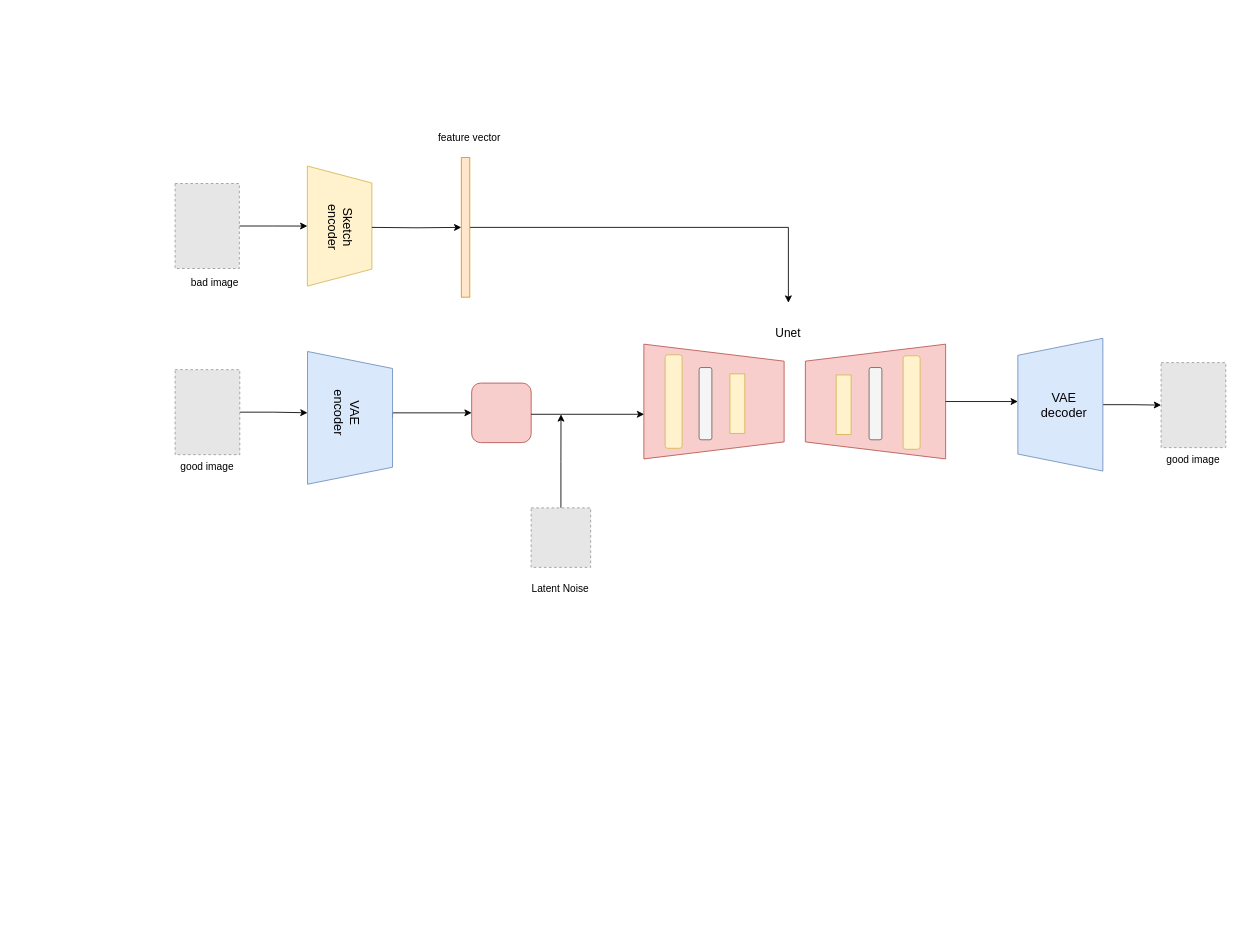
Earlier version of the draw.io diagram drawio/未命名绘图 的副本.drawio (Sinon0919/SwartArt). Source tidied: cells renumbered, new cells numbered last; positions are measured from the earlier drawing's top-left corner, leaving out a move shared by most shapes. Both pictures are drawn from the tidied source at 85%, with x=0, y=0 at pixel (167, 108). Pictures stored in the file or linked from it are replaced by grey dashed boxes.
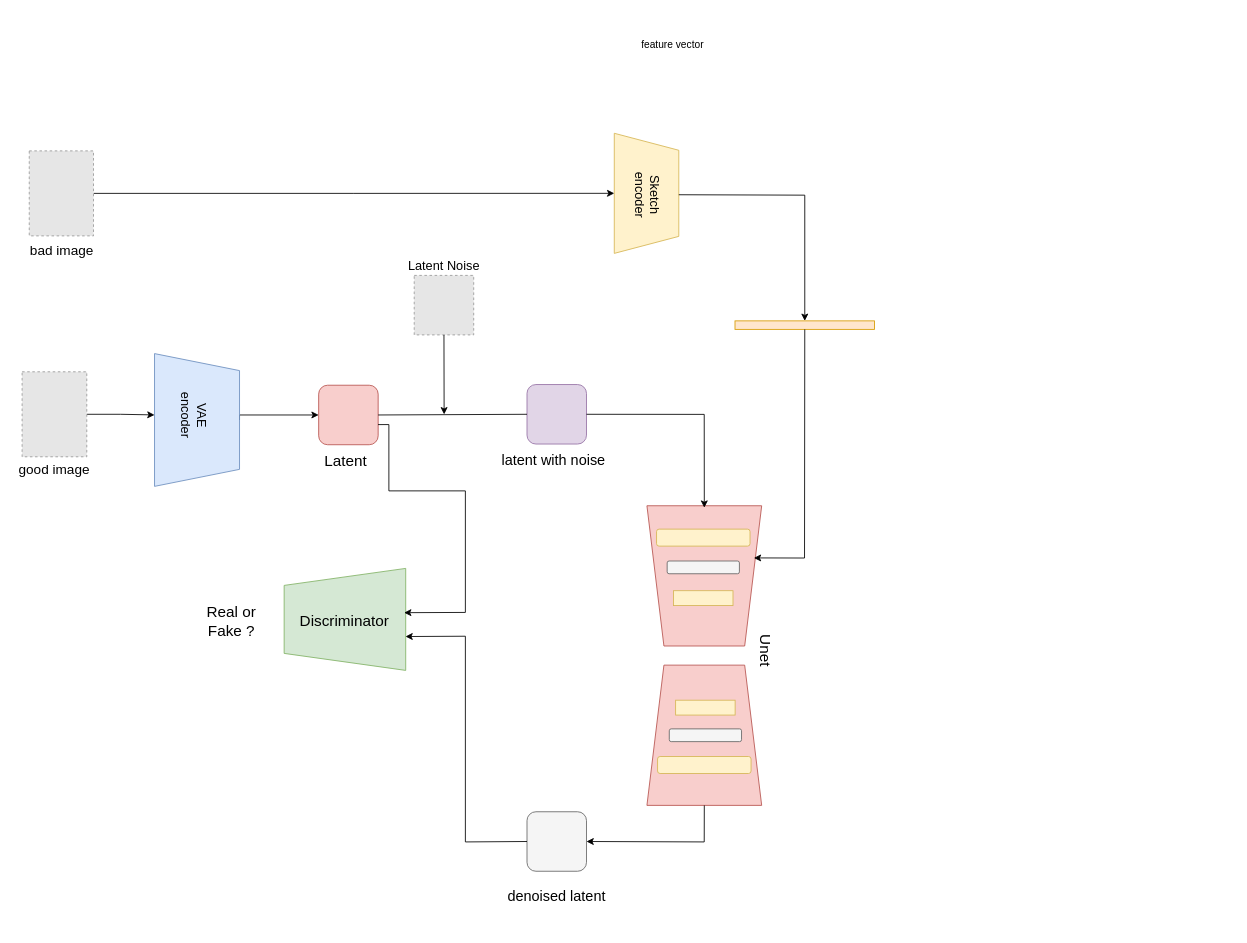
Above is the later version.

Commit message:
更新未命名绘图 的副本.drawio

Diff of the diagram source:
```diff
@@
-    <mxCell id="2" style="shape=trapezoid;perimeter=trapezoidPerimeter;whiteSpace=wrap;html=1;fixedSize=1;rotation=90;fillColor=#f8cecc;strokeColor=#b85450;" parent="1" vertex="1">
-      <mxGeometry x="575" y="262.4" width="135" height="165" as="geometry" />
+    <mxCell id="2" style="shape=trapezoid;perimeter=trapezoidPerimeter;whiteSpace=wrap;html=1;fixedSize=1;rotation=90;fillColor=#f8cecc;strokeColor=#b85450;direction=south;" parent="1" vertex="1">
+      <mxGeometry x="548.6" y="482.5" width="165" height="135" as="geometry" />
     </mxCell>
@@
     <mxCell id="4" style="fillColor=#E6E6E6;strokeColor=#999999;dashed=1;verticalLabelPosition=bottom;labelBackgroundColor=default;verticalAlign=top;" parent="1" vertex="1">
-      <mxGeometry x="8.5" y="307.4" width="76.1" height="100" as="geometry" />
+      <mxGeometry x="-171.5" y="309.9" width="76.1" height="100" as="geometry" />
     </mxCell>
     <mxCell id="5" style="shape=trapezoid;perimeter=trapezoidPerimeter;whiteSpace=wrap;html=1;fixedSize=1;rotation=90;fillColor=#fff2cc;strokeColor=#d6b656;" parent="1" vertex="1">
-      <mxGeometry x="131.4" y="100.5" width="141.3" height="75.9" as="geometry" />
+      <mxGeometry x="492.5" y="62" width="141.3" height="75.9" as="geometry" />
     </mxCell>
-    <mxCell id="6" style="edgeStyle=orthogonalEdgeStyle;rounded=0;jettySize=auto;html=1;exitX=0.5;exitY=0;exitDx=0;exitDy=0;" parent="1" edge="1" source="7">
-      <mxGeometry relative="1" as="geometry">
-        <mxPoint x="462.5" y="360" as="targetPoint" />
-      </mxGeometry>
-    </mxCell>
     <mxCell id="7" style="fillColor=#E6E6E6;strokeColor=#999999;dashed=1;verticalLabelPosition=bottom;labelBackgroundColor=default;verticalAlign=top;" parent="1" vertex="1">
-      <mxGeometry x="427.4" y="470" width="70" height="70" as="geometry" />
+      <mxGeometry x="289.8" y="196.5" width="70" height="70" as="geometry" />
     </mxCell>
-    <mxCell id="8" style="rounded=1;whiteSpace=wrap;html=1;rotation=90;fillColor=#fff2cc;strokeColor=#d6b656;" parent="1" vertex="1">
-      <mxGeometry x="540" y="334.9" width="110" height="20" as="geometry" />
+    <mxCell id="8" style="rounded=1;whiteSpace=wrap;html=1;rotation=90;fillColor=#fff2cc;strokeColor=#d6b656;direction=south;" parent="1" vertex="1">
+      <mxGeometry x="619.9" y="450" width="20" height="110" as="geometry" />
     </mxCell>
-    <mxCell id="9" style="rounded=1;whiteSpace=wrap;html=1;rotation=90;fillColor=#f5f5f5;fontColor=#333333;strokeColor=#666666;" parent="1" vertex="1">
-      <mxGeometry x="590" y="339.9" width="85" height="15" as="geometry" />
+    <mxCell id="9" style="rounded=1;whiteSpace=wrap;html=1;rotation=90;fillColor=#f5f5f5;fontColor=#333333;strokeColor=#666666;direction=south;" parent="1" vertex="1">
+      <mxGeometry x="622.4" y="497.5" width="15" height="85" as="geometry" />
     </mxCell>
-    <mxCell id="10" style="rounded=0;whiteSpace=wrap;html=1;rotation=90;fillColor=#fff2cc;strokeColor=#d6b656;" parent="1" vertex="1">
-      <mxGeometry x="635" y="338.6" width="70" height="17.5" as="geometry" />
+    <mxCell id="10" style="rounded=0;whiteSpace=wrap;html=1;rotation=90;fillColor=#fff2cc;strokeColor=#d6b656;direction=south;" parent="1" vertex="1">
+      <mxGeometry x="621.1" y="541.2" width="17.5" height="70" as="geometry" />
     </mxCell>
     <mxCell id="11" style="edgeStyle=orthogonalEdgeStyle;rounded=0;jettySize=auto;html=1;" parent="1" edge="1" target="33">
       <mxGeometry relative="1" as="geometry">
-        <mxPoint x="240" y="140" as="sourcePoint" />
+        <mxPoint x="601.1" y="101.6" as="sourcePoint" />
       </mxGeometry>
     </mxCell>
     <mxCell id="12" value="&lt;font style=&quot;font-size: 15px;&quot;&gt;Sketch encoder&lt;/font&gt;" style="text;strokeColor=none;align=center;fillColor=none;html=1;verticalAlign=middle;whiteSpace=wrap;rounded=0;textDirection=vertical-rl;" parent="1" vertex="1">
-      <mxGeometry x="174" y="123" width="56" height="34.1" as="geometry" />
+      <mxGeometry x="535.1" y="84.5" width="56" height="34.1" as="geometry" />
     </mxCell>
-    <mxCell id="13" value="bad image" style="text;strokeColor=none;align=center;fillColor=none;html=1;verticalAlign=middle;whiteSpace=wrap;rounded=0;" parent="1" vertex="1">
-      <mxGeometry x="8.5" y="190" width="93" height="30" as="geometry" />
+    <mxCell id="13" value="&lt;font style=&quot;font-size: 16px;&quot;&gt;bad image&lt;/font&gt;" style="text;strokeColor=none;align=center;fillColor=none;html=1;verticalAlign=middle;whiteSpace=wrap;rounded=0;" parent="1" vertex="1">
+      <mxGeometry x="-171.5" y="152" width="93" height="30" as="geometry" />
     </mxCell>
-    <mxCell id="14" value="good image" style="text;strokeColor=none;align=center;fillColor=none;html=1;verticalAlign=middle;whiteSpace=wrap;rounded=0;" parent="1" vertex="1">
-      <mxGeometry y="407.4" width="93" height="30" as="geometry" />
+    <mxCell id="14" value="&lt;font style=&quot;font-size: 16px;&quot;&gt;good image&lt;/font&gt;" style="text;strokeColor=none;align=center;fillColor=none;html=1;verticalAlign=middle;whiteSpace=wrap;rounded=0;" parent="1" vertex="1">
+      <mxGeometry x="-180" y="409.9" width="93" height="30" as="geometry" />
     </mxCell>
@@
     <mxCell id="16" style="fillColor=#E6E6E6;strokeColor=#999999;dashed=1;verticalLabelPosition=bottom;labelBackgroundColor=default;verticalAlign=top;" parent="1" vertex="1">
-      <mxGeometry x="8.5" y="88.4" width="75.6" height="100" as="geometry" />
+      <mxGeometry x="-163.1" y="50" width="75.6" height="100" as="geometry" />
     </mxCell>
-    <mxCell id="17" style="shape=trapezoid;perimeter=trapezoidPerimeter;whiteSpace=wrap;html=1;fixedSize=1;rotation=90;fillColor=#f8cecc;strokeColor=#b85450;direction=west;" parent="1" vertex="1">
-      <mxGeometry x="765" y="262.4" width="135" height="165" as="geometry" />
-    </mxCell>
-    <mxCell id="18" style="rounded=1;whiteSpace=wrap;html=1;rotation=90;fillColor=#fff2cc;strokeColor=#d6b656;direction=west;" parent="1" vertex="1">
-      <mxGeometry x="820" y="336.1" width="110" height="20" as="geometry" />
-    </mxCell>
-    <mxCell id="19" style="rounded=1;whiteSpace=wrap;html=1;rotation=90;fillColor=#f5f5f5;fontColor=#333333;strokeColor=#666666;direction=west;" parent="1" vertex="1">
-      <mxGeometry x="790" y="339.9" width="85" height="15" as="geometry" />
-    </mxCell>
-    <mxCell id="20" style="rounded=0;whiteSpace=wrap;html=1;rotation=90;fillColor=#fff2cc;strokeColor=#d6b656;direction=west;" parent="1" vertex="1">
-      <mxGeometry x="760" y="339.9" width="70" height="17.5" as="geometry" />
-    </mxCell>
     <mxCell id="21" style="rounded=1;whiteSpace=wrap;html=1;fillColor=#f8cecc;strokeColor=#b85450;" parent="1" vertex="1">
-      <mxGeometry x="357.4" y="323.2" width="70" height="70" as="geometry" />
+      <mxGeometry x="177.4" y="325.7" width="70" height="70" as="geometry" />
     </mxCell>
-    <mxCell id="22" value="Latent Noise" style="text;strokeColor=none;align=center;fillColor=none;html=1;verticalAlign=middle;whiteSpace=wrap;rounded=0;" parent="1" vertex="1">
-      <mxGeometry x="417.4" y="530" width="90" height="70" as="geometry" />
+    <mxCell id="22" value="&lt;font style=&quot;font-size: 15px;&quot;&gt;Latent Noise&lt;/font&gt;" style="text;strokeColor=none;align=center;fillColor=none;html=1;verticalAlign=middle;whiteSpace=wrap;rounded=0;" parent="1" vertex="1">
+      <mxGeometry x="279.8" y="150" width="90" height="70" as="geometry" />
     </mxCell>
-    <mxCell id="23" style="endArrow=classic;html=1;rounded=0;exitX=1;exitY=0.5;exitDx=0;exitDy=0;entryX=0.611;entryY=0.998;entryDx=0;entryDy=0;entryPerimeter=0;" parent="1" edge="1" target="2">
-      <mxGeometry relative="1" as="geometry">
-        <mxPoint x="427.4" y="359.9" as="sourcePoint" />
-      </mxGeometry>
-    </mxCell>
-    <mxCell id="24" value="&lt;span style=&quot;font-size: 14px;&quot;&gt;Unet&lt;/span&gt;" style="text;strokeColor=none;align=center;fillColor=none;html=1;verticalAlign=middle;whiteSpace=wrap;rounded=0;" parent="1" vertex="1">
-      <mxGeometry x="640" y="228.6" width="180" height="70" as="geometry" />
+    <mxCell id="24" value="&lt;font style=&quot;font-size: 18px;&quot;&gt;Unet&lt;/font&gt;" style="text;strokeColor=none;align=center;fillColor=none;html=1;verticalAlign=middle;whiteSpace=wrap;rounded=0;direction=north;textDirection=vertical-rl;" parent="1" vertex="1">
+      <mxGeometry x="667.2" y="547.5" width="70" height="180" as="geometry" />
     </mxCell>
-    <mxCell id="25" style="endArrow=classic;html=1;rounded=0;exitX=0.5;exitY=1;exitDx=0;exitDy=0;entryX=0;entryY=0.5;entryDx=0;entryDy=0;" parent="1" edge="1" source="17">
-      <mxGeometry relative="1" as="geometry">
-        <mxPoint x="1000" y="344.9" as="targetPoint" />
-      </mxGeometry>
-    </mxCell>
-    <mxCell id="26" style="edgeStyle=orthogonalEdgeStyle;rounded=0;jettySize=auto;html=1;exitX=0.5;exitY=1;exitDx=0;exitDy=0;entryX=0;entryY=0.5;entryDx=0;entryDy=0;" parent="1" edge="1" source="27" target="35">
-      <mxGeometry relative="1" as="geometry" />
-    </mxCell>
-    <mxCell id="27" style="shape=trapezoid;perimeter=trapezoidPerimeter;whiteSpace=wrap;html=1;fixedSize=1;rotation=90;fillColor=#dae8fc;strokeColor=#6c8ebf;direction=west;" parent="1" vertex="1">
-      <mxGeometry x="971.9" y="298.6" width="156.2" height="100" as="geometry" />
-    </mxCell>
-    <mxCell id="28" value="&lt;font style=&quot;font-size: 15px;&quot;&gt;VAE decoder&lt;/font&gt;" style="text;strokeColor=none;align=center;fillColor=none;html=1;verticalAlign=middle;whiteSpace=wrap;rounded=0;direction=north;flipH=1;" parent="1" vertex="1">
-      <mxGeometry x="1028" y="315.6" width="53.1" height="66.1" as="geometry" />
-    </mxCell>
     <mxCell id="29" style="edgeStyle=orthogonalEdgeStyle;rounded=0;jettySize=auto;html=1;exitX=0.5;exitY=0;exitDx=0;exitDy=0;entryX=0;entryY=0.5;entryDx=0;entryDy=0;" parent="1" edge="1" source="30" target="21">
       <mxGeometry relative="1" as="geometry">
         <Array as="points">
-          <mxPoint x="264" y="358" />
+          <mxPoint x="84" y="360.5" />
         </Array>
       </mxGeometry>
     </mxCell>
     <mxCell id="30" style="shape=trapezoid;perimeter=trapezoidPerimeter;whiteSpace=wrap;html=1;fixedSize=1;rotation=90;fillColor=#dae8fc;strokeColor=#6c8ebf;" parent="1" vertex="1">
-      <mxGeometry x="136.2" y="314.1" width="156.2" height="100" as="geometry" />
+      <mxGeometry x="-43.8" y="316.6" width="156.2" height="100" as="geometry" />
     </mxCell>
     <mxCell id="31" value="&lt;font style=&quot;font-size: 15px;&quot;&gt;VAE encoder&lt;/font&gt;" style="text;strokeColor=none;align=center;fillColor=none;html=1;verticalAlign=middle;whiteSpace=wrap;rounded=0;textDirection=vertical-rl;" parent="1" vertex="1">
-      <mxGeometry x="164.3" y="334.1" width="91.9" height="48.1" as="geometry" />
+      <mxGeometry x="-15.7" y="336.6" width="91.9" height="48.1" as="geometry" />
     </mxCell>
-    <mxCell id="32" style="edgeStyle=orthogonalEdgeStyle;rounded=0;jettySize=auto;html=1;exitX=0.5;exitY=0;exitDx=0;exitDy=0;" parent="1" edge="1" source="33" target="24">
-      <mxGeometry relative="1" as="geometry" />
-    </mxCell>
-    <mxCell id="33" style="rounded=0;whiteSpace=wrap;html=1;rotation=90;fillColor=#ffe6cc;strokeColor=#d79b00;" parent="1" vertex="1">
-      <mxGeometry x="268.1" y="135" width="164.2" height="10" as="geometry" />
+    <mxCell id="33" style="rounded=0;whiteSpace=wrap;html=1;rotation=90;fillColor=#ffe6cc;strokeColor=#d79b00;direction=south;" parent="1" vertex="1">
+      <mxGeometry x="744.3" y="172.9" width="10" height="164.2" as="geometry" />
     </mxCell>
     <mxCell id="34" value="feature vector" style="text;strokeColor=none;align=center;fillColor=none;html=1;verticalAlign=middle;whiteSpace=wrap;rounded=0;" parent="1" vertex="1">
-      <mxGeometry x="310.2" width="90" height="70" as="geometry" />
+      <mxGeometry x="548.6" y="-110" width="90" height="70" as="geometry" />
     </mxCell>
-    <mxCell id="35" style="fillColor=#E6E6E6;strokeColor=#999999;dashed=1;verticalLabelPosition=bottom;labelBackgroundColor=default;verticalAlign=top;" parent="1" vertex="1">
-      <mxGeometry x="1168.5" y="299.1" width="76.1" height="100" as="geometry" />
-    </mxCell>
-    <mxCell id="36" value="good image" style="text;strokeColor=none;align=center;fillColor=none;html=1;verticalAlign=middle;whiteSpace=wrap;rounded=0;" parent="1" vertex="1">
-      <mxGeometry x="1160" y="399.1" width="93" height="30" as="geometry" />
-    </mxCell>
+    <mxCell id="37" style="rounded=1;whiteSpace=wrap;html=1;fillColor=#f5f5f5;strokeColor=#666666;fontColor=#333333;" parent="1" vertex="1">
+      <mxGeometry x="422.5" y="827.5" width="70" height="70" as="geometry" />
+    </mxCell>
+    <mxCell id="38" value="&lt;font style=&quot;font-size: 17px;&quot;&gt;denoised latent&amp;nbsp;&lt;/font&gt;" style="text;strokeColor=none;align=center;fillColor=none;html=1;verticalAlign=middle;whiteSpace=wrap;rounded=0;" parent="1" vertex="1">
+      <mxGeometry x="390.2" y="890" width="139.8" height="75" as="geometry" />
+    </mxCell>
+    <mxCell id="39" style="endArrow=classic;html=1;rounded=0;exitX=0.5;exitY=1;exitDx=0;exitDy=0;" parent="1" edge="1" source="7">
+      <mxGeometry relative="1" as="geometry">
+        <mxPoint x="325" y="360" as="targetPoint" />
+      </mxGeometry>
+    </mxCell>
+    <mxCell id="40" style="rounded=1;whiteSpace=wrap;html=1;fillColor=#e1d5e7;strokeColor=#9673a6;" parent="1" vertex="1">
+      <mxGeometry x="422.5" y="324.9" width="70" height="70" as="geometry" />
+    </mxCell>
+    <mxCell id="41" style="endArrow=none;html=1;rounded=0;exitX=1;exitY=0.5;exitDx=0;exitDy=0;entryX=0;entryY=0.5;entryDx=0;entryDy=0;" parent="1" edge="1" source="21" target="40">
+      <mxGeometry relative="1" as="geometry" />
+    </mxCell>
+    <mxCell id="42" value="&lt;font style=&quot;font-size: 17px;&quot;&gt;latent with noise&lt;/font&gt;" style="text;strokeColor=none;align=center;fillColor=none;html=1;verticalAlign=middle;whiteSpace=wrap;rounded=0;" parent="1" vertex="1">
+      <mxGeometry x="390.2" y="380" width="127.5" height="70" as="geometry" />
+    </mxCell>
+    <mxCell id="43" value="&lt;font style=&quot;font-size: 18px;&quot;&gt;Latent&amp;nbsp;&lt;/font&gt;" style="text;strokeColor=none;align=center;fillColor=none;html=1;verticalAlign=middle;whiteSpace=wrap;rounded=0;" parent="1" vertex="1">
+      <mxGeometry x="167.4" y="380" width="90" height="70" as="geometry" />
+    </mxCell>
+    <mxCell id="44" style="shape=trapezoid;perimeter=trapezoidPerimeter;whiteSpace=wrap;html=1;fixedSize=1;rotation=90;fillColor=#f8cecc;strokeColor=#b85450;direction=north;" parent="1" vertex="1">
+      <mxGeometry x="548.6" y="670" width="165" height="135" as="geometry" />
+    </mxCell>
+    <mxCell id="45" style="rounded=1;whiteSpace=wrap;html=1;rotation=90;fillColor=#fff2cc;strokeColor=#d6b656;direction=north;" parent="1" vertex="1">
+      <mxGeometry x="621.1" y="717.5" width="20" height="110" as="geometry" />
+    </mxCell>
+    <mxCell id="46" style="rounded=1;whiteSpace=wrap;html=1;rotation=90;fillColor=#f5f5f5;fontColor=#333333;strokeColor=#666666;direction=north;" parent="1" vertex="1">
+      <mxGeometry x="624.9" y="695" width="15" height="85" as="geometry" />
+    </mxCell>
+    <mxCell id="47" style="rounded=0;whiteSpace=wrap;html=1;rotation=90;fillColor=#fff2cc;strokeColor=#d6b656;direction=north;" parent="1" vertex="1">
+      <mxGeometry x="623.6" y="670" width="17.5" height="70" as="geometry" />
+    </mxCell>
+    <mxCell id="48" style="endArrow=classic;html=1;rounded=0;exitX=1;exitY=0.5;exitDx=0;exitDy=0;entryX=0.5;entryY=0.986;entryDx=0;entryDy=0;entryPerimeter=0;" parent="1" edge="1" source="40" target="2">
+      <mxGeometry relative="1" as="geometry">
+        <Array as="points">
+          <mxPoint x="631" y="360" />
+        </Array>
+      </mxGeometry>
+    </mxCell>
+    <mxCell id="49" style="endArrow=classic;html=1;rounded=0;exitX=0.5;exitY=1;exitDx=0;exitDy=0;entryX=1;entryY=0.5;entryDx=0;entryDy=0;" parent="1" edge="1" source="44" target="37">
+      <mxGeometry relative="1" as="geometry">
+        <Array as="points">
+          <mxPoint x="631" y="863" />
+        </Array>
+      </mxGeometry>
+    </mxCell>
+    <mxCell id="50" style="endArrow=classic;html=1;rounded=0;exitX=0;exitY=0.5;exitDx=0;exitDy=0;entryX=0.332;entryY=0.998;entryDx=0;entryDy=0;entryPerimeter=0;" parent="1" edge="1" source="37" target="52">
+      <mxGeometry relative="1" as="geometry">
+        <Array as="points">
+          <mxPoint x="350" y="863" />
+          <mxPoint x="350" y="621" />
+        </Array>
+      </mxGeometry>
+    </mxCell>
+    <mxCell id="51" style="endArrow=classic;html=1;rounded=0;exitX=0.5;exitY=0;exitDx=0;exitDy=0;entryX=0.068;entryY=0.628;entryDx=0;entryDy=0;entryPerimeter=0;" parent="1" edge="1" source="33" target="2">
+      <mxGeometry relative="1" as="geometry">
+        <Array as="points">
+          <mxPoint x="749" y="529" />
+        </Array>
+      </mxGeometry>
+    </mxCell>
+    <mxCell id="52" style="shape=trapezoid;perimeter=trapezoidPerimeter;whiteSpace=wrap;html=1;fixedSize=1;direction=north;fillColor=#d5e8d4;strokeColor=#82b366;" parent="1" vertex="1">
+      <mxGeometry x="136.8" y="541.2" width="143" height="120" as="geometry" />
+    </mxCell>
+    <mxCell id="53" value="&lt;font style=&quot;font-size: 18px;&quot;&gt;Discriminator&lt;/font&gt;" style="text;strokeColor=none;align=center;fillColor=none;html=1;verticalAlign=middle;whiteSpace=wrap;rounded=0;" parent="1" vertex="1">
+      <mxGeometry x="143.3" y="582.5" width="130" height="43.8" as="geometry" />
+    </mxCell>
+    <mxCell id="54" value="&lt;span style=&quot;font-size: 18px;&quot;&gt;Real or Fake ?&lt;/span&gt;" style="text;strokeColor=none;align=center;fillColor=none;html=1;verticalAlign=middle;whiteSpace=wrap;rounded=0;" parent="1" vertex="1">
+      <mxGeometry x="30" y="569.4" width="90" height="70" as="geometry" />
+    </mxCell>
+    <mxCell id="55" style="endArrow=classic;html=1;rounded=0;exitX=0.998;exitY=0.662;exitDx=0;exitDy=0;exitPerimeter=0;entryX=0.566;entryY=0.987;entryDx=0;entryDy=0;entryPerimeter=0;" parent="1" edge="1" source="21" target="52">
+      <mxGeometry relative="1" as="geometry">
+        <Array as="points">
+          <mxPoint x="260" y="372" />
+          <mxPoint x="260" y="450" />
+          <mxPoint x="350" y="450" />
+          <mxPoint x="350" y="593" />
+        </Array>
+      </mxGeometry>
+    </mxCell>
```
